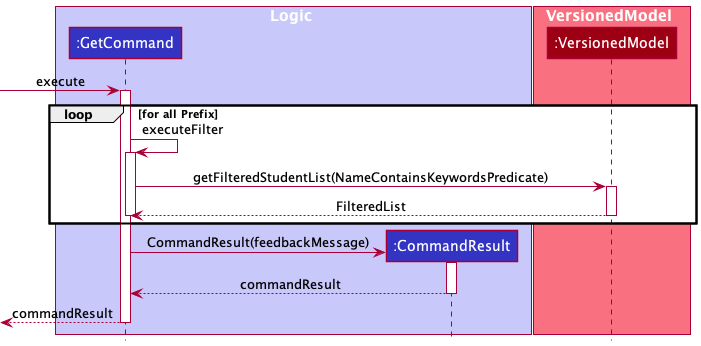
The PlantUML diagram docs/images/dg/logic/commands/getcommand/GetCommandSequenceDiagram.png in nus-cs2103-AY2122S1/tp, before a commit. Its diagram source:
```plantuml
@startuml
!include ../../../style.puml

box Logic LOGIC_COLOR_T1
Participant ":GetCommand" as rc LOGIC_COLOR
Participant ":CommandResult" as result LOGIC_COLOR
end box

box VersionedModel MODEL_COLOR_T1
Participant ":VersionedModel" as mm MODEL_COLOR
end box

-> rc ++ :execute
loop for all Prefix
    rc -> rc ++ :executeFilter
    rc -> mm ++  :getFilteredStudentList(NameContainsKeywordsPredicate)
    mm --> rc -- : FilteredList
    deactivate
end
create result
rc -> result ++ :CommandResult(feedbackMessage)
return commandResult
return commandResult
@enduml
```
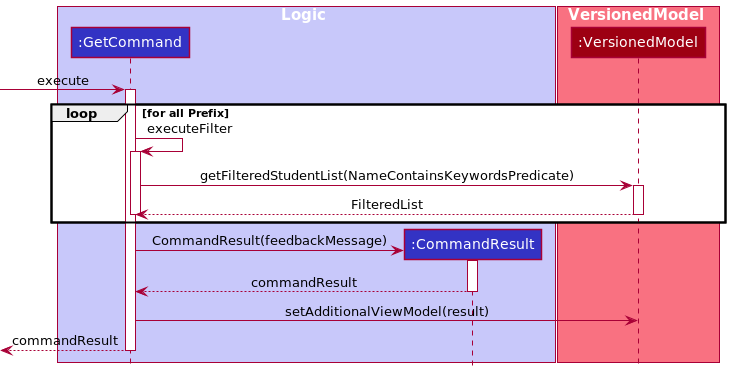
Above is the later version.

The edit, as a diff of the source:
```diff
@@ -19,6 +19,8 @@
 end
 create result
 rc -> result ++ :CommandResult(feedbackMessage)
-return commandResult
+result --> rc --: commandResult
+
+rc -> mm : setAdditionalViewModel(result)
 return commandResult
 @enduml
```
